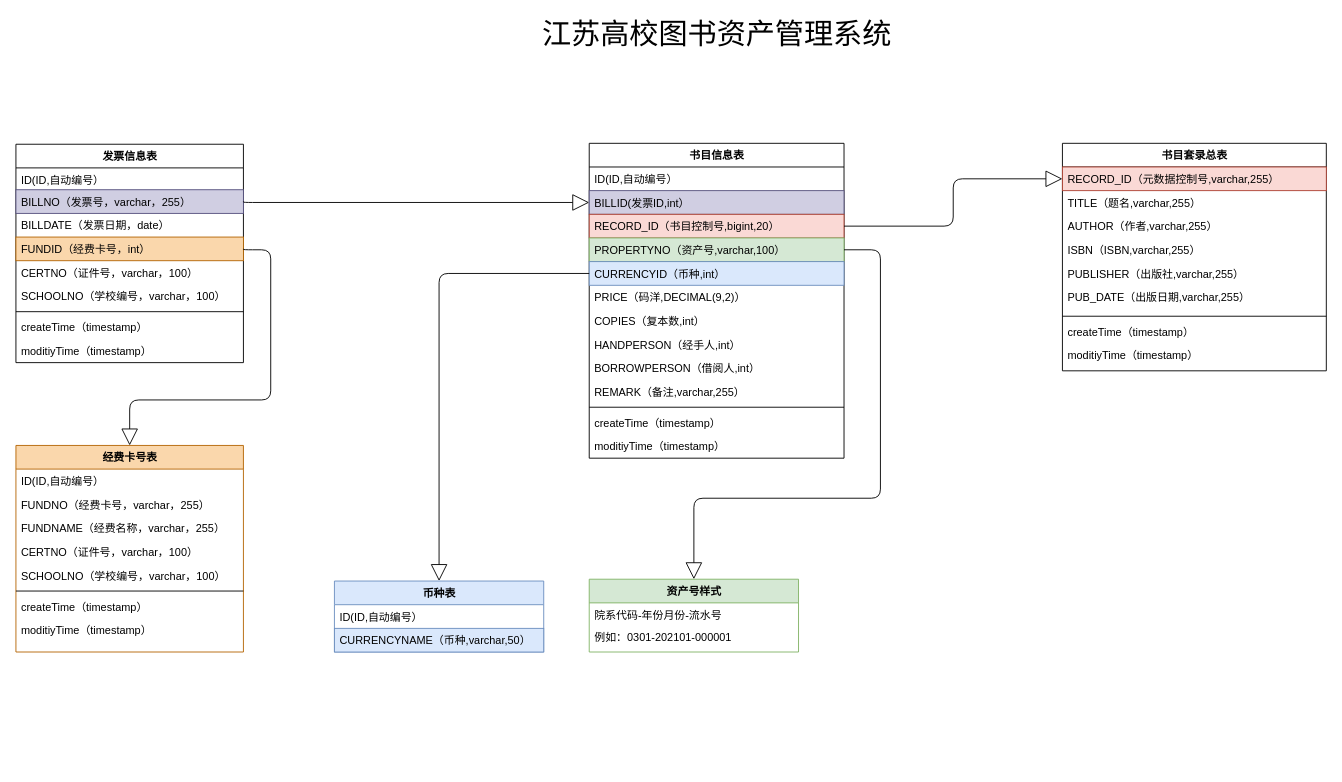
Above: 图书资产管理系统.drawio in yisqiu/SimpleMap-wx (draw.io), before the change. Source tidied: cells renumbered, new cells numbered last; positions are measured from the earlier drawing's top-left corner, leaving out a move shared by most shapes. Both pictures are drawn from the tidied source at 91%, with x=0, y=0 at pixel (15, 15).
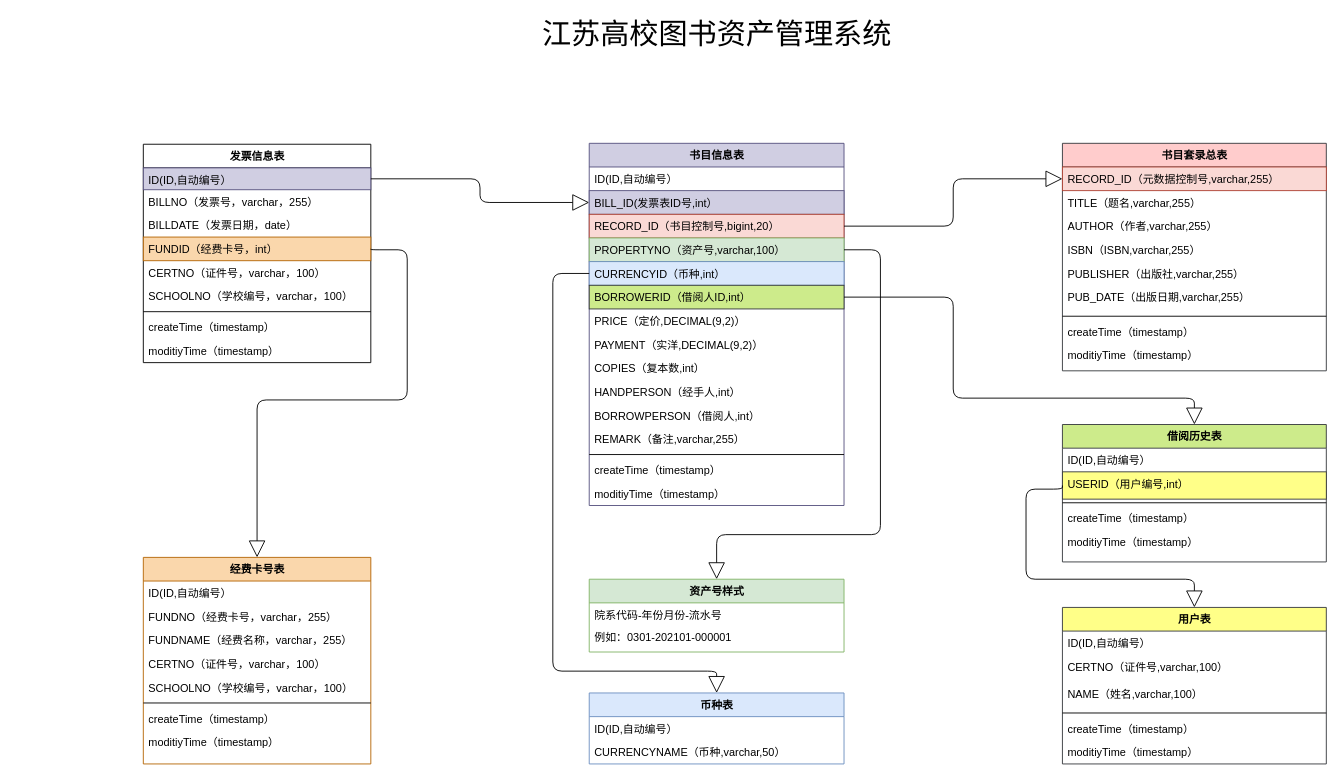
Above is the later version.

Commit message (it also covers changes not shown here):
更新图书资产管理系统.drawio

The change refers to these unchanged cells:
```xml
<mxCell id="6" value="FUNDID（经费卡号，int）" style="text;html=1;strokeColor=#b46504;fillColor=#fad7ac;align=left;verticalAlign=top;spacingLeft=4;spacingRight=4;whiteSpace=wrap;overflow=hidden;points=[[0,0.5],[1,0.5]];portConstraint=eastwest;" parent="2" vertex="1">
  <mxGeometry y="102" width="250" height="26" as="geometry" />
</mxCell>
<mxCell id="25" value="PROPERTYNO（资产号,varchar,100）" style="text;html=1;strokeColor=#82b366;fillColor=#d5e8d4;align=left;verticalAlign=top;spacingLeft=4;spacingRight=4;whiteSpace=wrap;overflow=hidden;points=[[0,0.5],[1,0.5]];portConstraint=eastwest;" parent="21" vertex="1">
  <mxGeometry y="104" width="280" height="26" as="geometry" />
</mxCell>
<mxCell id="26" value="CURRENCYID（币种,int）" style="text;html=1;strokeColor=#6c8ebf;fillColor=#dae8fc;align=left;verticalAlign=top;spacingLeft=4;spacingRight=4;whiteSpace=wrap;overflow=hidden;points=[[0,0.5],[1,0.5]];portConstraint=eastwest;" parent="21" vertex="1">
  <mxGeometry y="130" width="280" height="26" as="geometry" />
</mxCell>
```

The edit, as a diff of the source:
```diff
@@
     <mxCell id="2" value="发票信息表" style="swimlane;html=1;fontStyle=1;align=center;verticalAlign=top;horizontal=1;startSize=26;swimlaneFillColor=#ffffff;rounded=0;shadow=0;comic=0;labelBackgroundColor=none;strokeWidth=1;fontFamily=Verdana;fontSize=12;" parent="1" vertex="1">
-      <mxGeometry y="141" width="250" height="240" as="geometry" />
+      <mxGeometry x="140" y="141" width="250" height="240" as="geometry" />
     </mxCell>
-    <mxCell id="3" value="ID(ID,自动编号）" style="text;html=1;strokeColor=none;fillColor=none;align=left;verticalAlign=top;spacingLeft=4;spacingRight=4;whiteSpace=wrap;overflow=hidden;points=[[0,0.5],[1,0.5]];portConstraint=eastwest;" parent="2" vertex="1">
+    <mxCell id="3" value="ID(ID,自动编号）" style="text;html=1;strokeColor=#56517e;fillColor=#d0cee2;align=left;verticalAlign=top;spacingLeft=4;spacingRight=4;whiteSpace=wrap;overflow=hidden;points=[[0,0.5],[1,0.5]];portConstraint=eastwest;" parent="2" vertex="1">
       <mxGeometry y="26" width="250" height="24" as="geometry" />
     </mxCell>
-    <mxCell id="4" value="BILLNO（发票号，varchar，255）" style="text;html=1;strokeColor=#56517e;fillColor=#d0cee2;align=left;verticalAlign=top;spacingLeft=4;spacingRight=4;whiteSpace=wrap;overflow=hidden;points=[[0,0.5],[1,0.5]];portConstraint=eastwest;" parent="2" vertex="1">
+    <mxCell id="4" value="BILLNO（发票号，varchar，255）" style="text;html=1;align=left;verticalAlign=top;spacingLeft=4;spacingRight=4;whiteSpace=wrap;overflow=hidden;points=[[0,0.5],[1,0.5]];portConstraint=eastwest;" parent="2" vertex="1">
       <mxGeometry y="50" width="250" height="26" as="geometry" />
     </mxCell>
@@
     <mxCell id="12" value="经费卡号表" style="swimlane;html=1;fontStyle=1;align=center;verticalAlign=top;horizontal=1;startSize=26;swimlaneFillColor=#ffffff;rounded=0;shadow=0;comic=0;labelBackgroundColor=none;strokeWidth=1;fillColor=#fad7ac;fontFamily=Verdana;fontSize=12;strokeColor=#b46504;" parent="1" vertex="1">
-      <mxGeometry y="472" width="250" height="227" as="geometry" />
+      <mxGeometry x="140" y="595" width="250" height="227" as="geometry" />
     </mxCell>
@@
-    <mxCell id="21" value="书目信息表" style="swimlane;html=1;fontStyle=1;align=center;verticalAlign=top;horizontal=1;startSize=26;swimlaneFillColor=#ffffff;rounded=0;shadow=0;comic=0;labelBackgroundColor=none;strokeWidth=1;fillColor=none;fontFamily=Verdana;fontSize=12;" parent="1" vertex="1">
-      <mxGeometry x="630" y="140" width="280" height="346" as="geometry" />
+    <mxCell id="21" value="书目信息表" style="swimlane;html=1;fontStyle=1;align=center;verticalAlign=top;horizontal=1;startSize=26;swimlaneFillColor=#ffffff;rounded=0;shadow=0;comic=0;labelBackgroundColor=none;strokeWidth=1;fillColor=#d0cee2;fontFamily=Verdana;fontSize=12;strokeColor=#56517e;" parent="1" vertex="1">
+      <mxGeometry x="630" y="140" width="280" height="398" as="geometry" />
     </mxCell>
@@
-    <mxCell id="23" value="BILLID(发票ID,int）" style="text;html=1;strokeColor=#56517e;fillColor=#d0cee2;align=left;verticalAlign=top;spacingLeft=4;spacingRight=4;whiteSpace=wrap;overflow=hidden;points=[[0,0.5],[1,0.5]];portConstraint=eastwest;" parent="21" vertex="1">
+    <mxCell id="23" value="BILL_ID(发票表ID号,int）" style="text;html=1;strokeColor=#56517e;fillColor=#d0cee2;align=left;verticalAlign=top;spacingLeft=4;spacingRight=4;whiteSpace=wrap;overflow=hidden;points=[[0,0.5],[1,0.5]];portConstraint=eastwest;" parent="21" vertex="1">
       <mxGeometry y="52" width="280" height="26" as="geometry" />
     </mxCell>
@@
+    <mxCell id="57" value="BORROWERID（借阅人ID,int）" style="text;html=1;strokeColor=#36393d;fillColor=#cdeb8b;align=left;verticalAlign=top;spacingLeft=4;spacingRight=4;whiteSpace=wrap;overflow=hidden;points=[[0,0.5],[1,0.5]];portConstraint=eastwest;" parent="21" vertex="1">
+      <mxGeometry y="156" width="280" height="26" as="geometry" />
+    </mxCell>
+    <mxCell id="58" value="PRICE（定价,DECIMAL(9,2)）" style="text;html=1;strokeColor=none;fillColor=none;align=left;verticalAlign=top;spacingLeft=4;spacingRight=4;whiteSpace=wrap;overflow=hidden;" parent="21" vertex="1">
+      <mxGeometry y="182" width="280" height="26" as="geometry" />
+    </mxCell>
-    <mxCell id="27" value="PRICE（码洋,DECIMAL(9,2)）" style="text;html=1;strokeColor=none;fillColor=none;align=left;verticalAlign=top;spacingLeft=4;spacingRight=4;whiteSpace=wrap;overflow=hidden;" parent="21" vertex="1">
-      <mxGeometry y="156" width="280" height="26" as="geometry" />
+    <mxCell id="27" value="PAYMENT（实洋,DECIMAL(9,2)）" style="text;html=1;strokeColor=none;fillColor=none;align=left;verticalAlign=top;spacingLeft=4;spacingRight=4;whiteSpace=wrap;overflow=hidden;" parent="21" vertex="1">
+      <mxGeometry y="208" width="280" height="26" as="geometry" />
     </mxCell>
     <mxCell id="28" value="COPIES（复本数,int）" style="text;html=1;strokeColor=none;fillColor=none;align=left;verticalAlign=top;spacingLeft=4;spacingRight=4;whiteSpace=wrap;overflow=hidden;" parent="21" vertex="1">
-      <mxGeometry y="182" width="280" height="26" as="geometry" />
+      <mxGeometry y="234" width="280" height="26" as="geometry" />
     </mxCell>
     <mxCell id="29" value="HANDPERSON（经手人,int）" style="text;html=1;strokeColor=none;fillColor=none;align=left;verticalAlign=top;spacingLeft=4;spacingRight=4;whiteSpace=wrap;overflow=hidden;" parent="21" vertex="1">
-      <mxGeometry y="208" width="280" height="26" as="geometry" />
+      <mxGeometry y="260" width="280" height="26" as="geometry" />
     </mxCell>
     <mxCell id="30" value="BORROWPERSON（借阅人,int）" style="text;html=1;strokeColor=none;fillColor=none;align=left;verticalAlign=top;spacingLeft=4;spacingRight=4;whiteSpace=wrap;overflow=hidden;" parent="21" vertex="1">
-      <mxGeometry y="234" width="280" height="26" as="geometry" />
+      <mxGeometry y="286" width="280" height="26" as="geometry" />
     </mxCell>
     <mxCell id="31" value="REMARK（备注,varchar,255）" style="text;html=1;strokeColor=none;fillColor=none;align=left;verticalAlign=top;spacingLeft=4;spacingRight=4;whiteSpace=wrap;overflow=hidden;" parent="21" vertex="1">
-      <mxGeometry y="260" width="280" height="26" as="geometry" />
+      <mxGeometry y="312" width="280" height="26" as="geometry" />
     </mxCell>
     <mxCell id="32" style="line;html=1;strokeWidth=1;fillColor=none;align=left;verticalAlign=middle;spacingTop=-1;spacingLeft=3;spacingRight=3;labelPosition=right;" parent="21" vertex="1">
-      <mxGeometry y="286" width="280" height="8" as="geometry" />
+      <mxGeometry y="338" width="280" height="8" as="geometry" />
     </mxCell>
     <mxCell id="33" value="createTime（timestamp）" style="text;html=1;strokeColor=none;fillColor=none;align=left;verticalAlign=top;spacingLeft=4;spacingRight=4;whiteSpace=wrap;overflow=hidden;" parent="21" vertex="1">
-      <mxGeometry y="294" width="280" height="26" as="geometry" />
+      <mxGeometry y="346" width="280" height="26" as="geometry" />
     </mxCell>
     <mxCell id="34" value="moditiyTime（timestamp）" style="text;html=1;strokeColor=none;fillColor=none;align=left;verticalAlign=top;spacingLeft=4;spacingRight=4;whiteSpace=wrap;overflow=hidden;" parent="21" vertex="1">
-      <mxGeometry y="320" width="280" height="26" as="geometry" />
+      <mxGeometry y="372" width="280" height="26" as="geometry" />
     </mxCell>
-    <mxCell id="35" style="edgeStyle=orthogonalEdgeStyle;html=1;labelBackgroundColor=none;startFill=0;startSize=8;endArrow=block;endFill=0;endSize=16;fontFamily=Verdana;fontSize=12;exitX=1;exitY=0.5;exitDx=0;exitDy=0;entryX=0;entryY=0.5;entryDx=0;entryDy=0;" parent="1" edge="1" source="4" target="23">
+    <mxCell id="35" style="edgeStyle=orthogonalEdgeStyle;html=1;labelBackgroundColor=none;startFill=0;startSize=8;endArrow=block;endFill=0;endSize=16;fontFamily=Verdana;fontSize=12;exitX=1;exitY=0.5;exitDx=0;exitDy=0;entryX=0;entryY=0.5;entryDx=0;entryDy=0;" parent="1" edge="1" source="3" target="23">
       <mxGeometry relative="1" as="geometry">
         <Array as="points">
-          <mxPoint x="250" y="205" />
+          <mxPoint x="510" y="179" />
+          <mxPoint x="510" y="205" />
         </Array>
       </mxGeometry>
     </mxCell>
@@
     <mxCell id="37" style="edgeStyle=orthogonalEdgeStyle;html=1;labelBackgroundColor=none;startFill=0;startSize=8;endArrow=block;endFill=0;endSize=16;fontFamily=Verdana;fontSize=12;entryX=0.5;entryY=0;entryDx=0;entryDy=0;exitX=1;exitY=0.5;exitDx=0;exitDy=0;" parent="1" edge="1" source="6" target="12">
       <mxGeometry relative="1" as="geometry">
         <Array as="points">
-          <mxPoint x="250" y="257" />
-          <mxPoint x="280" y="257" />
-          <mxPoint x="280" y="422" />
-          <mxPoint x="125" y="422" />
+          <mxPoint x="430" y="257" />
+          <mxPoint x="430" y="422" />
+          <mxPoint x="265" y="422" />
         </Array>
       </mxGeometry>
     </mxCell>
     <mxCell id="38" value="资产号样式" style="swimlane;html=1;fontStyle=1;align=center;verticalAlign=top;horizontal=1;startSize=26;swimlaneFillColor=#ffffff;rounded=0;shadow=0;comic=0;labelBackgroundColor=none;strokeWidth=1;fontFamily=Verdana;fontSize=12;strokeColor=#82b366;fillColor=#d5e8d4;" parent="1" vertex="1">
-      <mxGeometry x="630" y="619" width="230" height="80" as="geometry" />
+      <mxGeometry x="630" y="619" width="280" height="80" as="geometry" />
     </mxCell>
     <mxCell id="39" value="院系代码-年份月份-流水号" style="text;html=1;align=left;verticalAlign=top;spacingLeft=4;spacingRight=4;whiteSpace=wrap;overflow=hidden;" parent="38" vertex="1">
-      <mxGeometry y="26" width="230" height="24" as="geometry" />
+      <mxGeometry y="26" width="280" height="24" as="geometry" />
     </mxCell>
     <mxCell id="40" value="例如：0301-202101-000001" style="text;html=1;strokeColor=none;fillColor=none;align=left;verticalAlign=top;spacingLeft=4;spacingRight=4;whiteSpace=wrap;overflow=hidden;" parent="38" vertex="1">
-      <mxGeometry y="50" width="230" height="26" as="geometry" />
+      <mxGeometry y="50" width="280" height="26" as="geometry" />
     </mxCell>
     <mxCell id="41" style="edgeStyle=orthogonalEdgeStyle;html=1;labelBackgroundColor=none;startFill=0;startSize=8;endArrow=block;endFill=0;endSize=16;fontFamily=Verdana;fontSize=12;exitX=1;exitY=0.5;exitDx=0;exitDy=0;entryX=0.5;entryY=0;entryDx=0;entryDy=0;" parent="1" edge="1" source="25" target="38">
       <mxGeometry relative="1" as="geometry">
         <Array as="points">
           <mxPoint x="950" y="257" />
-          <mxPoint x="950" y="530" />
-          <mxPoint x="745" y="530" />
+          <mxPoint x="950" y="570" />
+          <mxPoint x="770" y="570" />
         </Array>
       </mxGeometry>
     </mxCell>
     <mxCell id="42" value="币种表" style="swimlane;html=1;fontStyle=1;align=center;verticalAlign=top;horizontal=1;startSize=26;swimlaneFillColor=#ffffff;rounded=0;shadow=0;comic=0;labelBackgroundColor=none;strokeWidth=1;fontFamily=Verdana;fontSize=12;strokeColor=#6c8ebf;fillColor=#dae8fc;" parent="1" vertex="1">
-      <mxGeometry x="350" y="621" width="230" height="78" as="geometry" />
+      <mxGeometry x="630" y="744" width="280" height="78" as="geometry" />
     </mxCell>
     <mxCell id="43" value="ID(ID,自动编号）" style="text;html=1;strokeColor=none;fillColor=none;align=left;verticalAlign=top;spacingLeft=4;spacingRight=4;whiteSpace=wrap;overflow=hidden;" parent="42" vertex="1">
-      <mxGeometry y="26" width="230" height="26" as="geometry" />
+      <mxGeometry y="26" width="280" height="26" as="geometry" />
     </mxCell>
-    <mxCell id="44" value="CURRENCYNAME（币种,varchar,50）" style="text;html=1;strokeColor=#6c8ebf;fillColor=#dae8fc;align=left;verticalAlign=top;spacingLeft=4;spacingRight=4;whiteSpace=wrap;overflow=hidden;" parent="42" vertex="1">
-      <mxGeometry y="52" width="230" height="26" as="geometry" />
+    <mxCell id="44" value="CURRENCYNAME（币种,varchar,50）" style="text;html=1;align=left;verticalAlign=top;spacingLeft=4;spacingRight=4;whiteSpace=wrap;overflow=hidden;" parent="42" vertex="1">
+      <mxGeometry y="52" width="280" height="26" as="geometry" />
     </mxCell>
     <mxCell id="45" style="edgeStyle=orthogonalEdgeStyle;html=1;labelBackgroundColor=none;startFill=0;startSize=8;endArrow=block;endFill=0;endSize=16;fontFamily=Verdana;fontSize=12;exitX=0;exitY=0.5;exitDx=0;exitDy=0;entryX=0.5;entryY=0;entryDx=0;entryDy=0;" parent="1" edge="1" source="26" target="42">
       <mxGeometry relative="1" as="geometry">
         <Array as="points">
-          <mxPoint x="465" y="283" />
+          <mxPoint x="590" y="283" />
+          <mxPoint x="590" y="720" />
+          <mxPoint x="770" y="720" />
         </Array>
       </mxGeometry>
     </mxCell>
-    <mxCell id="46" value="书目套录总表" style="swimlane;html=1;fontStyle=1;align=center;verticalAlign=top;horizontal=1;startSize=26;swimlaneFillColor=#ffffff;rounded=0;shadow=0;comic=0;labelBackgroundColor=none;strokeWidth=1;fillColor=none;fontFamily=Verdana;fontSize=12;" parent="1" vertex="1">
+    <mxCell id="46" value="书目套录总表" style="swimlane;html=1;fontStyle=1;align=center;verticalAlign=top;horizontal=1;startSize=26;swimlaneFillColor=#ffffff;rounded=0;shadow=0;comic=0;labelBackgroundColor=none;strokeWidth=1;fillColor=#ffcccc;fontFamily=Verdana;fontSize=12;strokeColor=#36393d;" parent="1" vertex="1">
       <mxGeometry x="1150" y="140" width="290" height="250" as="geometry" />
     </mxCell>
@@
+    <mxCell id="59" value="借阅历史表" style="swimlane;html=1;fontStyle=1;align=center;verticalAlign=top;horizontal=1;startSize=26;swimlaneFillColor=#ffffff;rounded=0;shadow=0;comic=0;labelBackgroundColor=none;strokeWidth=1;fillColor=#cdeb8b;fontFamily=Verdana;fontSize=12;strokeColor=#36393d;" parent="1" vertex="1">
+      <mxGeometry x="1150" y="449" width="290" height="151" as="geometry" />
+    </mxCell>
+    <mxCell id="60" value="ID(ID,自动编号）" style="text;html=1;strokeColor=none;fillColor=none;align=left;verticalAlign=top;spacingLeft=4;spacingRight=4;whiteSpace=wrap;overflow=hidden;" parent="59" vertex="1">
+      <mxGeometry y="26" width="290" height="26" as="geometry" />
+    </mxCell>
+    <mxCell id="61" value="USERID（用户编号,int）" style="text;html=1;strokeColor=#36393d;fillColor=#ffff88;align=left;verticalAlign=top;spacingLeft=4;spacingRight=4;whiteSpace=wrap;overflow=hidden;points=[[0,0.5],[1,0.5]];portConstraint=eastwest;" parent="59" vertex="1">
+      <mxGeometry y="52" width="290" height="30" as="geometry" />
+    </mxCell>
+    <mxCell id="62" style="line;html=1;strokeWidth=1;fillColor=none;align=left;verticalAlign=middle;spacingTop=-1;spacingLeft=3;spacingRight=3;labelPosition=right;" parent="59" vertex="1">
+      <mxGeometry y="82" width="290" height="8" as="geometry" />
+    </mxCell>
+    <mxCell id="63" value="createTime（timestamp）" style="text;html=1;strokeColor=none;fillColor=none;align=left;verticalAlign=top;spacingLeft=4;spacingRight=4;whiteSpace=wrap;overflow=hidden;" parent="59" vertex="1">
+      <mxGeometry y="90" width="290" height="26" as="geometry" />
+    </mxCell>
+    <mxCell id="64" value="moditiyTime（timestamp）" style="text;html=1;strokeColor=none;fillColor=none;align=left;verticalAlign=top;spacingLeft=4;spacingRight=4;whiteSpace=wrap;overflow=hidden;" parent="59" vertex="1">
+      <mxGeometry y="116" width="290" height="26" as="geometry" />
+    </mxCell>
+    <mxCell id="65" style="edgeStyle=orthogonalEdgeStyle;html=1;labelBackgroundColor=none;startFill=0;startSize=8;endArrow=block;endFill=0;endSize=16;fontFamily=Verdana;fontSize=12;exitX=1;exitY=0.5;exitDx=0;exitDy=0;entryX=0.5;entryY=0;entryDx=0;entryDy=0;" parent="1" edge="1" source="57" target="59">
+      <mxGeometry relative="1" as="geometry">
+        <Array as="points">
+          <mxPoint x="1030" y="309" />
+          <mxPoint x="1030" y="420" />
+          <mxPoint x="1295" y="420" />
+        </Array>
+      </mxGeometry>
+    </mxCell>
+    <mxCell id="66" value="用户表" style="swimlane;html=1;fontStyle=1;align=center;verticalAlign=top;horizontal=1;startSize=26;swimlaneFillColor=#ffffff;rounded=0;shadow=0;comic=0;labelBackgroundColor=none;strokeWidth=1;fillColor=#ffff88;fontFamily=Verdana;fontSize=12;strokeColor=#36393d;" parent="1" vertex="1">
+      <mxGeometry x="1150" y="650" width="290" height="172" as="geometry" />
+    </mxCell>
+    <mxCell id="67" value="ID(ID,自动编号）" style="text;html=1;strokeColor=none;fillColor=none;align=left;verticalAlign=top;spacingLeft=4;spacingRight=4;whiteSpace=wrap;overflow=hidden;" parent="66" vertex="1">
+      <mxGeometry y="26" width="290" height="26" as="geometry" />
+    </mxCell>
+    <mxCell id="68" value="CERTNO（证件号,varchar,100）" style="text;html=1;strokeColor=none;fillColor=none;align=left;verticalAlign=top;spacingLeft=4;spacingRight=4;whiteSpace=wrap;overflow=hidden;" parent="66" vertex="1">
+      <mxGeometry y="52" width="290" height="30" as="geometry" />
+    </mxCell>
+    <mxCell id="69" value="NAME（姓名,varchar,100）" style="text;html=1;strokeColor=none;fillColor=none;align=left;verticalAlign=top;spacingLeft=4;spacingRight=4;whiteSpace=wrap;overflow=hidden;" parent="66" vertex="1">
+      <mxGeometry y="82" width="290" height="30" as="geometry" />
+    </mxCell>
+    <mxCell id="70" style="line;html=1;strokeWidth=1;fillColor=none;align=left;verticalAlign=middle;spacingTop=-1;spacingLeft=3;spacingRight=3;labelPosition=right;" parent="66" vertex="1">
+      <mxGeometry y="112" width="290" height="8" as="geometry" />
+    </mxCell>
+    <mxCell id="71" value="createTime（timestamp）" style="text;html=1;strokeColor=none;fillColor=none;align=left;verticalAlign=top;spacingLeft=4;spacingRight=4;whiteSpace=wrap;overflow=hidden;" parent="66" vertex="1">
+      <mxGeometry y="120" width="290" height="26" as="geometry" />
+    </mxCell>
+    <mxCell id="72" value="moditiyTime（timestamp）" style="text;html=1;strokeColor=none;fillColor=none;align=left;verticalAlign=top;spacingLeft=4;spacingRight=4;whiteSpace=wrap;overflow=hidden;" parent="66" vertex="1">
+      <mxGeometry y="146" width="290" height="26" as="geometry" />
+    </mxCell>
+    <mxCell id="73" style="edgeStyle=orthogonalEdgeStyle;html=1;labelBackgroundColor=none;startFill=0;startSize=8;endArrow=block;endFill=0;endSize=16;fontFamily=Verdana;fontSize=12;exitX=0;exitY=0.5;exitDx=0;exitDy=0;entryX=0.5;entryY=0;entryDx=0;entryDy=0;" parent="1" edge="1" source="61" target="66">
+      <mxGeometry relative="1" as="geometry">
+        <Array as="points">
+          <mxPoint x="1150" y="520" />
+          <mxPoint x="1110" y="520" />
+          <mxPoint x="1110" y="619" />
+          <mxPoint x="1295" y="619" />
+        </Array>
+      </mxGeometry>
+    </mxCell>
```
